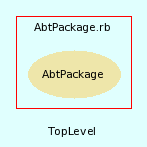
This is src/trunk/doc/dot/f_3.png from eschabell/abtlinux, a Graphviz export, as it was before one commit. Its source is kept beside it as src/trunk/doc/dot/f_3.dot.
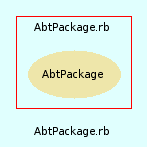
The same file after the commit.

What changed in the source:
```diff
@@ -3,7 +3,7 @@
     bgcolor = lightcyan1
     fontname = Arial
     fontsize = 8
-    label = "TopLevel"
+    label = "AbtPackage.rb"
     node [
         fontname = Arial,
         fontsize = 8,
```
